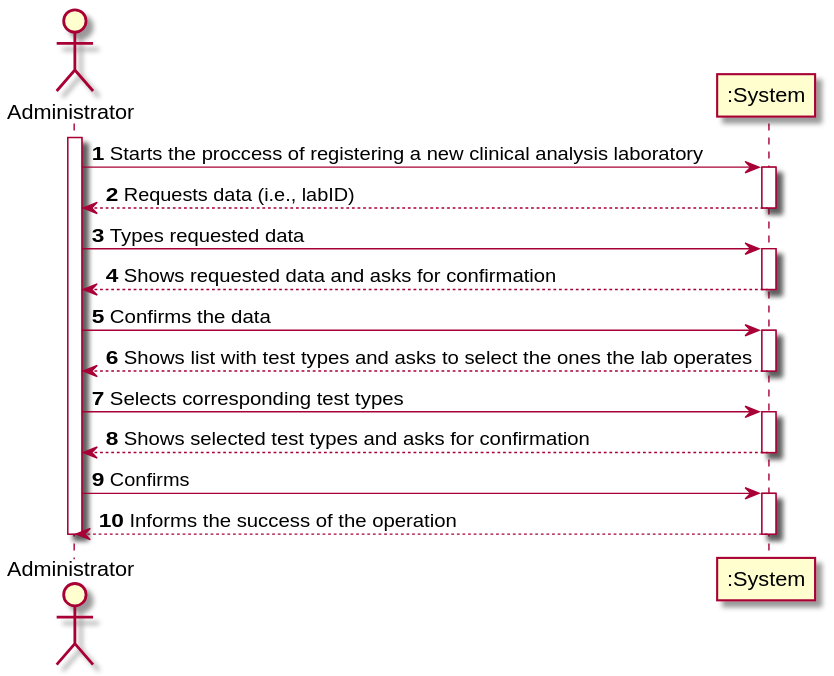
Before: docs/SprintB/US08/US8_SSD.svg, a diagram exported from PlantUML (0franciscor/lei-21-s2-1de-g19).
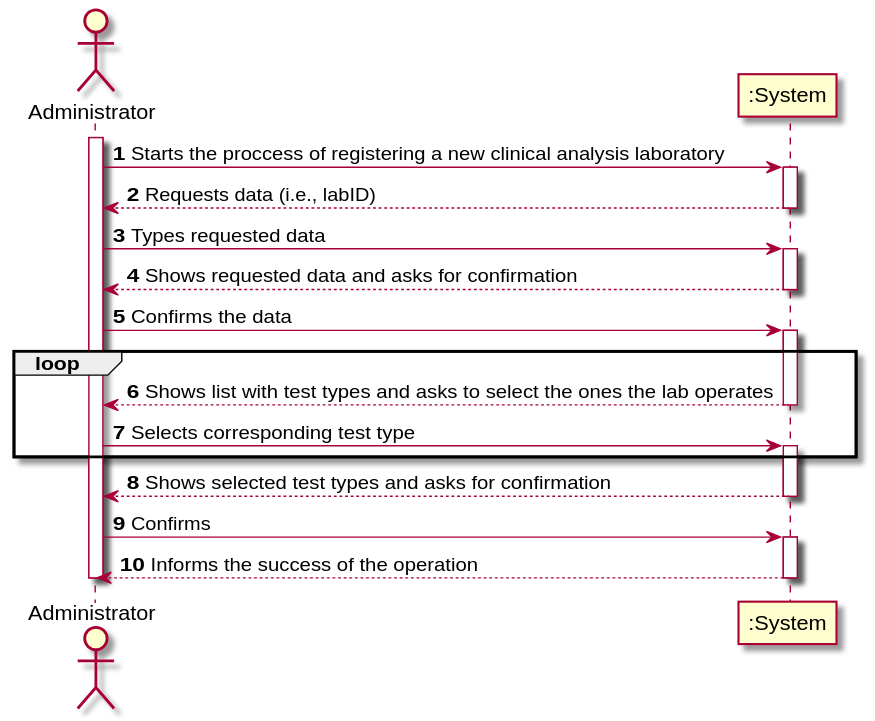
Later version of the same file.

Change to the diagram source:
```diff
@@ -20,11 +20,15 @@
 
 ADMIN -> SYST : Confirms the data
 activate SYST
+
+loop
 SYST --> ADMIN : Shows list with test types and asks to select the ones the lab operates
 deactivate SYST
 
-ADMIN -> SYST : Selects corresponding test types
+ADMIN -> SYST : Selects corresponding test type
 activate SYST
+end
+
 SYST --> ADMIN : Shows selected test types and asks for confirmation
 deactivate SYST
 
```
